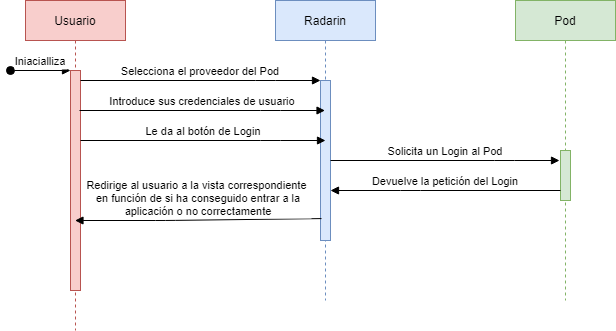
Earlier version of the draw.io export webapp/docs/images/login.png (Arquisoft/radarin_es2a). Source tidied: cells renumbered, new cells last; positions are measured from the earlier drawing's top-left corner, leaving out a move shared by most shapes.
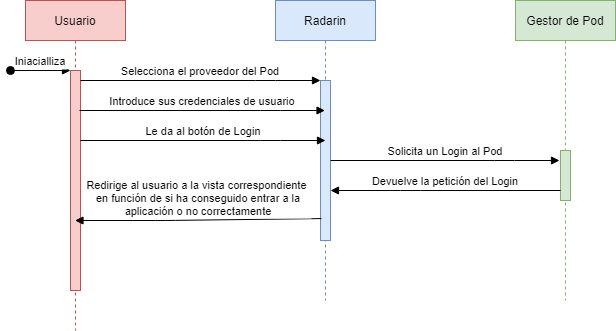
After the change.

What changed in the source:
```diff
@@ -26,7 +26,7 @@
         </Array>
       </mxGeometry>
     </mxCell>
-    <mxCell id="8" value="Pod" style="shape=umlLifeline;perimeter=lifelinePerimeter;rounded=0;shadow=0;strokeWidth=1;fillColor=#d5e8d4;strokeColor=#82b366;" parent="1" vertex="1">
+    <mxCell id="8" value="Gestor de Pod" style="shape=umlLifeline;perimeter=lifelinePerimeter;rounded=0;shadow=0;strokeWidth=1;fillColor=#d5e8d4;strokeColor=#82b366;" parent="1" vertex="1">
       <mxGeometry x="505" width="100" height="300" as="geometry" />
     </mxCell>
     <mxCell id="9" style="points=[];perimeter=orthogonalPerimeter;rounded=0;shadow=0;strokeWidth=1;fillColor=#d5e8d4;strokeColor=#82b366;" parent="8" vertex="1">
```
